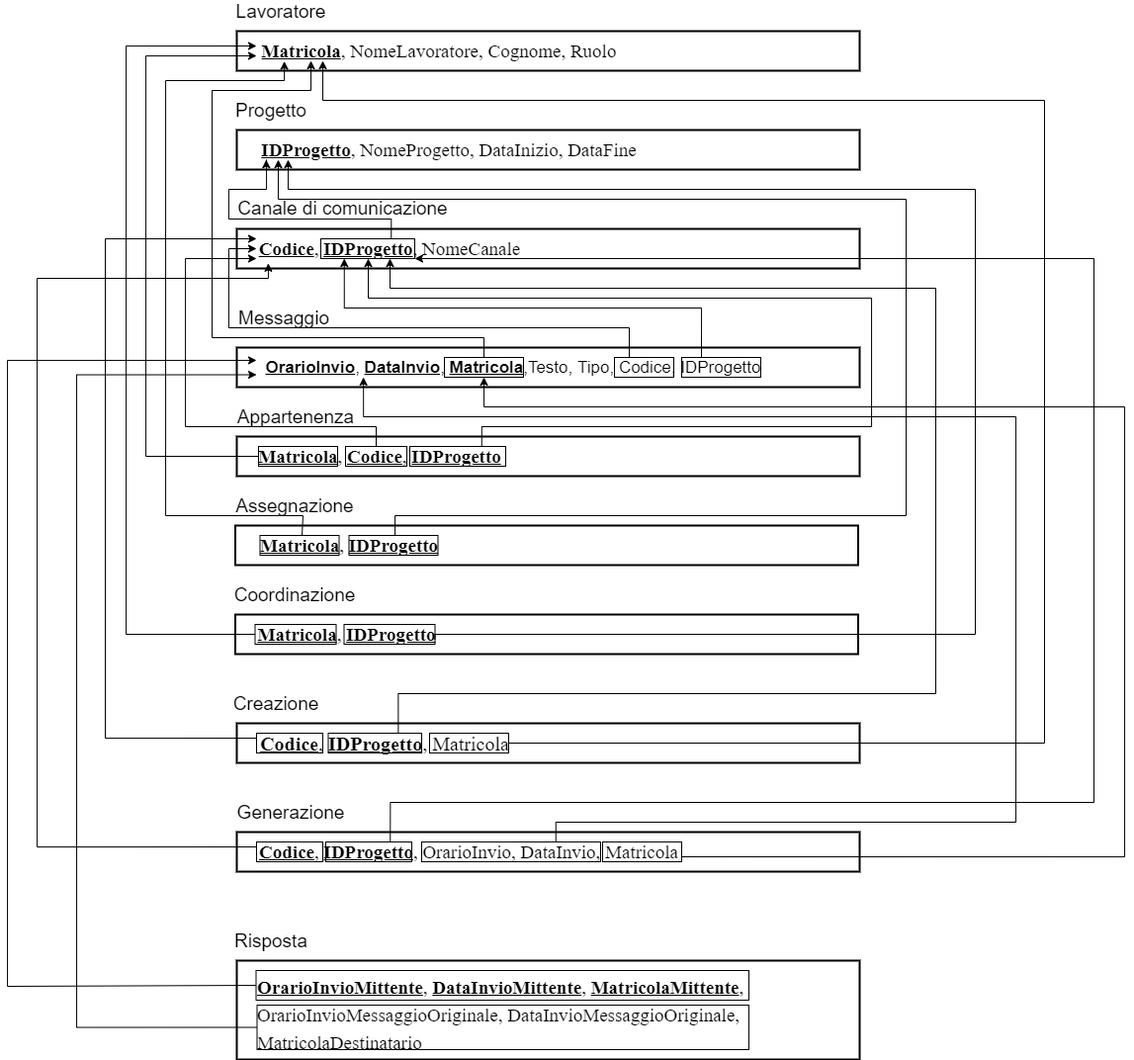
The draw.io diagram Relazione/Schema ER/modello-relazionale.png in martafra/BD-Chat-Multicanale, before a commit. Source tidied: cells renumbered, new cells last; positions are measured from the earlier drawing's top-left corner, leaving out a move shared by most shapes.
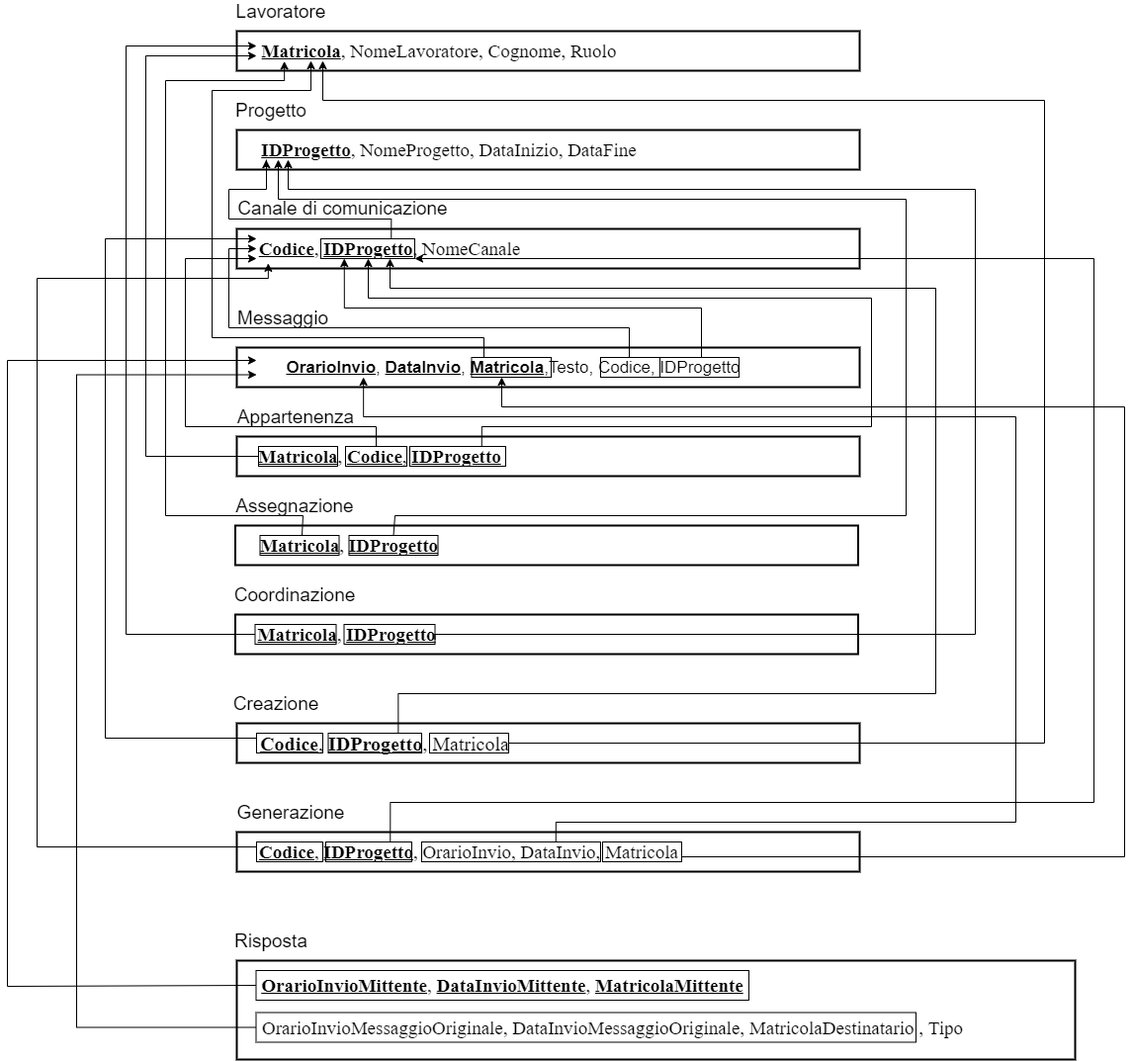
After the commit.

What changed in the source:
```diff
@@ -32,7 +32,7 @@
     <mxCell id="11" style="rounded=0;whiteSpace=wrap;html=1;fillColor=none;strokeWidth=2;" parent="1" vertex="1">
       <mxGeometry x="232" y="350" width="630" height="40" as="geometry" />
     </mxCell>
-    <mxCell id="12" value="&lt;font style=&quot;font-size: 17px&quot;&gt;&lt;u&gt;&lt;span style=&quot;line-height: 150%&quot;&gt;&lt;b&gt;OrarioInvio&lt;/b&gt;&lt;/span&gt;&lt;/u&gt;&lt;span style=&quot;line-height: 150%&quot;&gt;, &lt;u&gt;&lt;b&gt;DataInvio&lt;/b&gt;&lt;/u&gt;, &lt;u&gt;&lt;b&gt;Matricola&lt;/b&gt;&lt;/u&gt;,Testo, Tipo, Codice, IDProgetto&lt;/span&gt;&lt;/font&gt;" style="text;whiteSpace=wrap;html=1;fontSize=18;fontFamily=Helvetica;verticalAlign=middle;align=center;" parent="1" vertex="1">
+    <mxCell id="12" value="&lt;font style=&quot;font-size: 17px&quot;&gt;&lt;u&gt;&lt;span style=&quot;line-height: 150%&quot;&gt;&lt;b&gt;OrarioInvio&lt;/b&gt;&lt;/span&gt;&lt;/u&gt;&lt;span style=&quot;line-height: 150%&quot;&gt;, &lt;u&gt;&lt;b&gt;DataInvio&lt;/b&gt;&lt;/u&gt;, &lt;u&gt;&lt;b&gt;Matricola&lt;/b&gt;&lt;/u&gt;,Testo, Codice, IDProgetto&lt;/span&gt;&lt;/font&gt;" style="text;whiteSpace=wrap;html=1;fontSize=18;fontFamily=Helvetica;verticalAlign=middle;align=center;" parent="1" vertex="1">
       <mxGeometry x="252" y="355" width="520" height="30" as="geometry" />
     </mxCell>
     <mxCell id="13" value="Messaggio" style="text;html=1;strokeColor=none;fillColor=none;align=center;verticalAlign=middle;whiteSpace=wrap;rounded=0;fontFamily=Helvetica;fontSize=19;" parent="1" vertex="1">
@@ -104,10 +104,10 @@
       </mxGeometry>
     </mxCell>
     <mxCell id="31" style="rounded=0;whiteSpace=wrap;html=1;fillColor=none;labelBorderColor=#000000;labelBackgroundColor=none;strokeWidth=2;" parent="1" vertex="1">
-      <mxGeometry x="232" y="970" width="630" height="100" as="geometry" />
+      <mxGeometry x="232" y="970" width="848" height="100" as="geometry" />
     </mxCell>
-    <mxCell id="32" value="&lt;u style=&quot;font-size: 19px&quot;&gt;&lt;span style=&quot;font-size: 19px ; line-height: 150% ; font-family: &amp;quot;times new roman&amp;quot; , serif&quot;&gt;&lt;b&gt;OrarioInvioMittente&lt;/b&gt;&lt;/span&gt;&lt;/u&gt;&lt;span style=&quot;font-size: 19px ; line-height: 150% ; font-family: &amp;quot;times new roman&amp;quot; , serif&quot;&gt;, &lt;u style=&quot;font-size: 19px&quot;&gt;&lt;b&gt;DataInvioMittente&lt;/b&gt;&lt;/u&gt;,&amp;nbsp;&lt;u style=&quot;font-size: 19px&quot;&gt;&lt;b&gt;MatricolaMittente&lt;/b&gt;&lt;/u&gt;, OrarioInvioMessaggioOriginale, DataInvioMessaggioOriginale, MatricolaDestinatario&lt;/span&gt;" style="text;html=1;strokeColor=none;fillColor=none;align=left;verticalAlign=middle;whiteSpace=wrap;rounded=0;fontFamily=Helvetica;fontSize=19;" parent="1" vertex="1">
-      <mxGeometry x="250.5" y="980" width="587" height="90" as="geometry" />
+    <mxCell id="32" value="&lt;span style=&quot;font-size: 19px ; line-height: 150% ; font-family: &amp;#34;times new roman&amp;#34; , serif&quot;&gt;OrarioInvioMessaggioOriginale, DataInvioMessaggioOriginale, MatricolaDestinatario , Tipo&lt;/span&gt;" style="text;html=1;strokeColor=none;fillColor=none;align=left;verticalAlign=middle;whiteSpace=wrap;rounded=0;fontFamily=Helvetica;fontSize=19;" parent="1" vertex="1">
+      <mxGeometry x="255.5" y="1022.5" width="714.5" height="30" as="geometry" />
     </mxCell>
     <mxCell id="33" value="Risposta" style="text;html=1;strokeColor=none;fillColor=none;align=center;verticalAlign=middle;whiteSpace=wrap;rounded=0;fontFamily=Helvetica;fontSize=19;" parent="1" vertex="1">
       <mxGeometry x="232" y="940" width="70" height="20" as="geometry" />
@@ -137,7 +137,7 @@
       </mxGeometry>
     </mxCell>
     <mxCell id="37" style="rounded=0;whiteSpace=wrap;html=1;fillColor=none;fontFamily=Helvetica;fontSize=19;align=left;" parent="1" vertex="1">
-      <mxGeometry x="442" y="360" width="80" height="20" as="geometry" />
+      <mxGeometry x="469.5" y="360" width="80.5" height="20" as="geometry" />
     </mxCell>
     <mxCell id="38" style="edgeStyle=orthogonalEdgeStyle;rounded=0;jettySize=auto;html=1;exitX=0.25;exitY=0;exitDx=0;exitDy=0;fontFamily=Helvetica;fontSize=19;entryX=0.25;entryY=1;entryDx=0;entryDy=0;" parent="1" edge="1" source="39" target="35">
       <mxGeometry relative="1" as="geometry">
@@ -148,7 +148,7 @@
       </mxGeometry>
     </mxCell>
     <mxCell id="39" style="rounded=0;whiteSpace=wrap;html=1;fillColor=none;fontFamily=Helvetica;fontSize=19;align=left;" parent="1" vertex="1">
-      <mxGeometry x="682" y="360" width="80" height="20" as="geometry" />
+      <mxGeometry x="660" y="360" width="80" height="20" as="geometry" />
     </mxCell>
     <mxCell id="40" style="rounded=0;whiteSpace=wrap;html=1;fillColor=none;fontFamily=Helvetica;fontSize=19;align=left;" parent="1" vertex="1">
       <mxGeometry x="255.5" y="540" width="80" height="20" as="geometry" />
@@ -213,7 +213,7 @@
       </mxGeometry>
     </mxCell>
     <mxCell id="50" style="rounded=0;whiteSpace=wrap;html=1;fillColor=none;fontFamily=Helvetica;fontSize=19;align=left;" parent="1" vertex="1">
-      <mxGeometry x="614" y="360" width="60" height="20" as="geometry" />
+      <mxGeometry x="600" y="360" width="60" height="20" as="geometry" />
     </mxCell>
     <mxCell id="51" style="edgeStyle=orthogonalEdgeStyle;rounded=0;jettySize=auto;html=1;exitX=0.5;exitY=0;exitDx=0;exitDy=0;entryX=0;entryY=1;entryDx=0;entryDy=0;fontFamily=Helvetica;fontSize=19;" parent="1" edge="1" source="52" target="10">
       <mxGeometry relative="1" as="geometry">
@@ -301,12 +301,12 @@
     <mxCell id="64" style="rounded=0;whiteSpace=wrap;html=1;fillColor=none;fontFamily=Helvetica;fontSize=19;align=left;" parent="1" vertex="1">
       <mxGeometry x="322" y="850" width="87" height="20" as="geometry" />
     </mxCell>
-    <mxCell id="65" style="edgeStyle=orthogonalEdgeStyle;rounded=0;jettySize=auto;html=1;exitX=1;exitY=0.75;exitDx=0;exitDy=0;entryX=0.5;entryY=1;entryDx=0;entryDy=0;fontFamily=Helvetica;fontSize=19;" parent="1" edge="1" source="66" target="37">
+    <mxCell id="65" style="edgeStyle=orthogonalEdgeStyle;rounded=0;jettySize=auto;html=1;exitX=1;exitY=0.75;exitDx=0;exitDy=0;fontFamily=Helvetica;fontSize=19;" parent="1" edge="1" source="66" target="37">
       <mxGeometry relative="1" as="geometry">
         <Array as="points">
           <mxPoint x="1130" y="865" />
           <mxPoint x="1130" y="410" />
-          <mxPoint x="482" y="410" />
+          <mxPoint x="500" y="410" />
         </Array>
       </mxGeometry>
     </mxCell>
@@ -325,7 +325,7 @@
       </mxGeometry>
     </mxCell>
     <mxCell id="69" style="rounded=0;whiteSpace=wrap;html=1;fillColor=none;fontFamily=Helvetica;fontSize=19;align=left;" parent="1" vertex="1">
-      <mxGeometry x="252.5" y="1015" width="497.5" height="45" as="geometry" />
+      <mxGeometry x="251.5" y="1022.5" width="667.5" height="30" as="geometry" />
     </mxCell>
     <mxCell id="70" style="edgeStyle=orthogonalEdgeStyle;rounded=0;jettySize=auto;html=1;exitX=0.75;exitY=0;exitDx=0;exitDy=0;fontFamily=Helvetica;fontSize=19;entryX=0.208;entryY=0.833;entryDx=0;entryDy=0;entryPerimeter=0;" parent="1" edge="1" source="71" target="12">
       <mxGeometry relative="1" as="geometry">
@@ -340,5 +340,8 @@
     <mxCell id="71" style="rounded=0;whiteSpace=wrap;html=1;fillColor=none;fontFamily=Helvetica;fontSize=19;align=left;" parent="1" vertex="1">
       <mxGeometry x="419" y="850" width="181" height="20" as="geometry" />
     </mxCell>
+    <mxCell id="72" value="&lt;u style=&quot;font-size: 19px ; text-align: left&quot;&gt;&lt;span style=&quot;line-height: 28.5px ; font-family: &amp;#34;times new roman&amp;#34; , serif&quot;&gt;&lt;b&gt;OrarioInvioMittente&lt;/b&gt;&lt;/span&gt;&lt;/u&gt;&lt;span style=&quot;font-size: 19px ; text-align: left ; line-height: 28.5px ; font-family: &amp;#34;times new roman&amp;#34; , serif&quot;&gt;,&amp;nbsp;&lt;u&gt;&lt;b&gt;DataInvioMittente&lt;/b&gt;&lt;/u&gt;,&amp;nbsp;&lt;u&gt;&lt;b&gt;MatricolaMittente&lt;/b&gt;&lt;/u&gt;&lt;/span&gt;" style="text;html=1;strokeColor=none;fillColor=none;align=center;verticalAlign=middle;whiteSpace=wrap;rounded=0;" parent="1" vertex="1">
+      <mxGeometry x="255.5" y="985" width="490" height="20" as="geometry" />
+    </mxCell>
   </root>
 </mxGraphModel>
```
